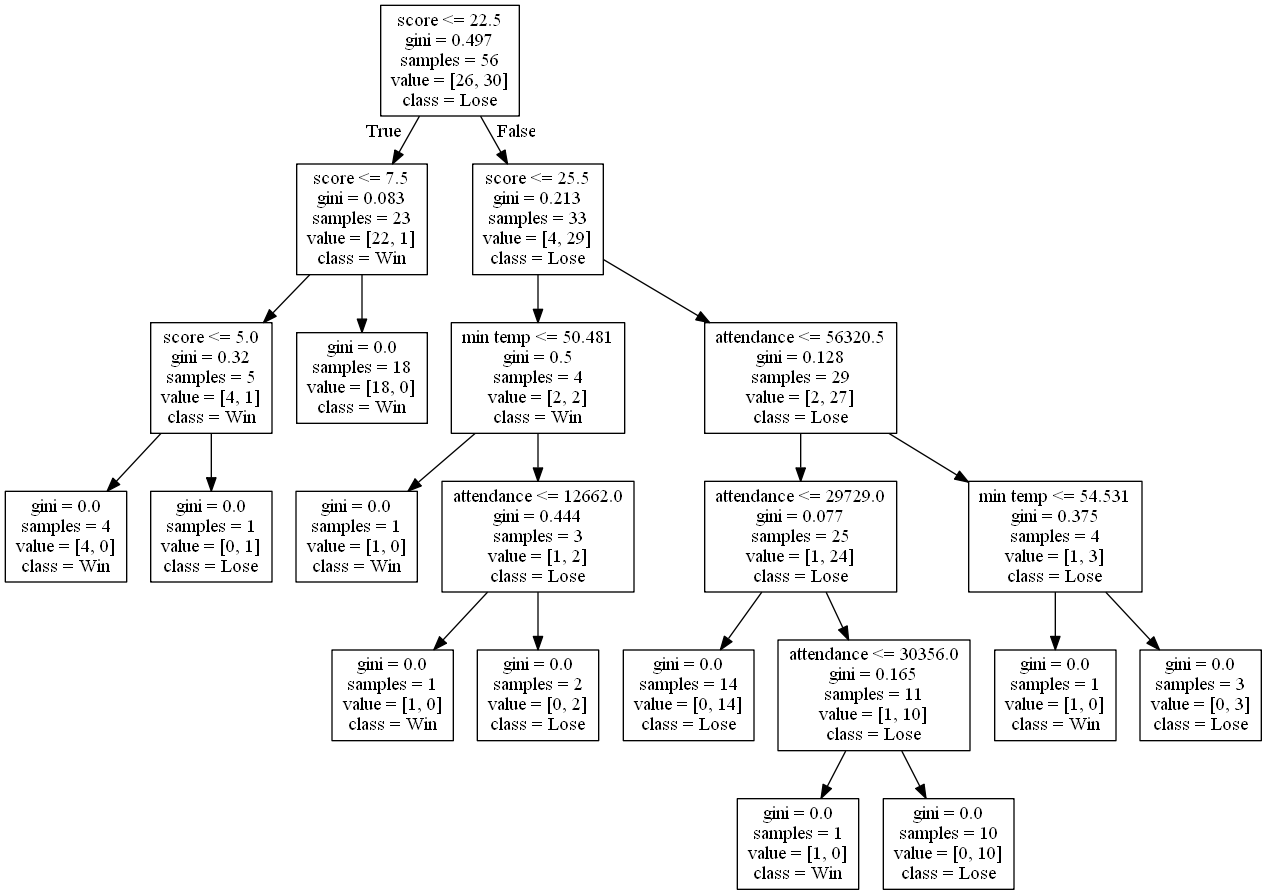
Above: DecisionTrees/decision_tree_with_score8.png in alexana-steck/CSE482Project (Graphviz), before the change. Its source is kept beside it as DecisionTrees/decision_tree_with_score8.dot.
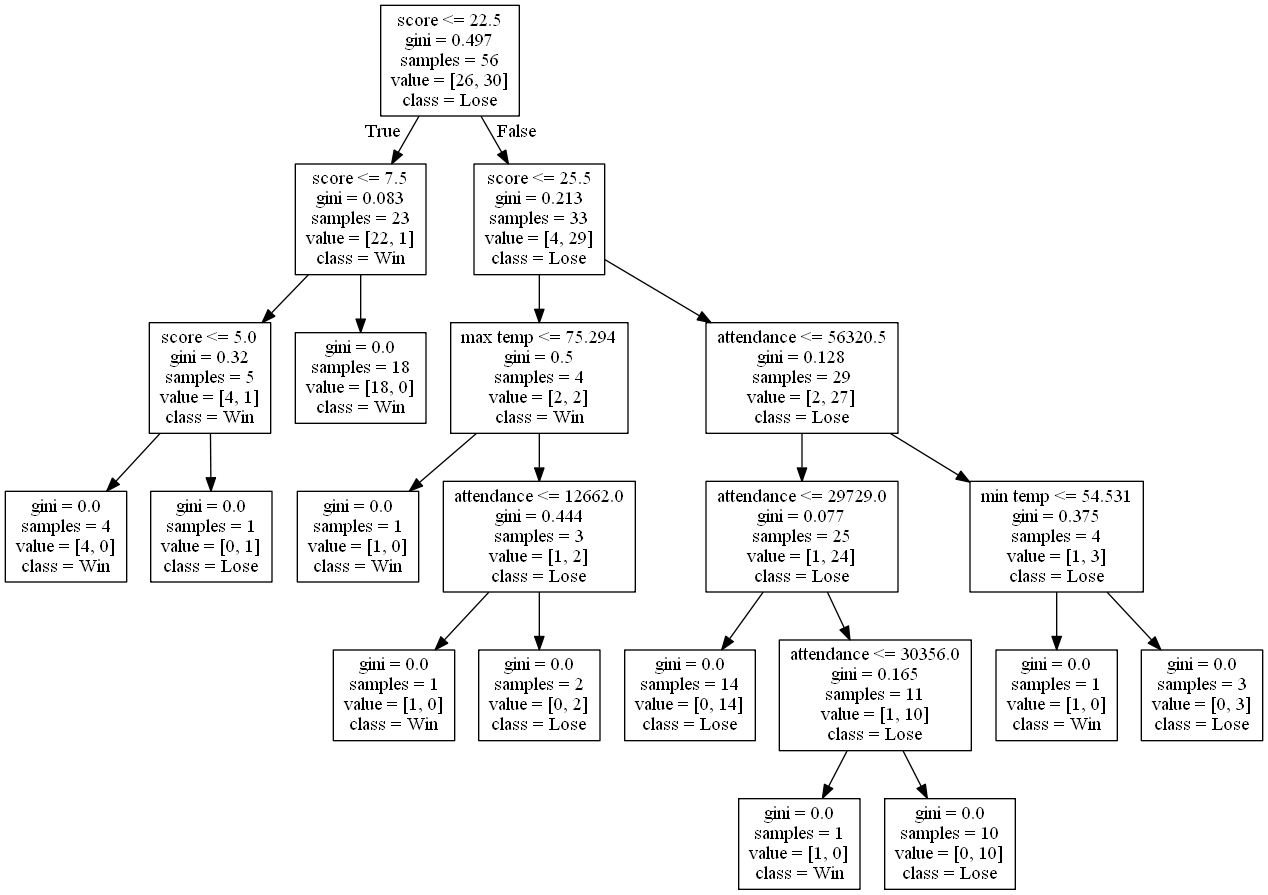
Later version of the same file.

Change to the diagram source:
```diff
@@ -13,7 +13,7 @@
 1 -> 5 ;
 6 [label="score <= 25.5\ngini = 0.213\nsamples = 33\nvalue = [4, 29]\nclass = Lose"] ;
 0 -> 6 [labeldistance=2.5, labelangle=-45, headlabel="False"] ;
-7 [label="min temp <= 50.481\ngini = 0.5\nsamples = 4\nvalue = [2, 2]\nclass = Win"] ;
+7 [label="max temp <= 75.294\ngini = 0.5\nsamples = 4\nvalue = [2, 2]\nclass = Win"] ;
 6 -> 7 ;
 8 [label="gini = 0.0\nsamples = 1\nvalue = [1, 0]\nclass = Win"] ;
 7 -> 8 ;
```
